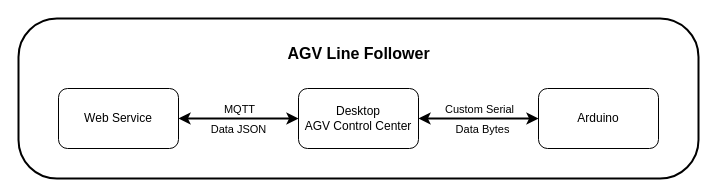
Before: page "Page-5" (5 of 6) of Program/Breakdown/AGV Com Scheduler Diagram.drawio in AlfonsusGiovanni/Automated-Guided-Vehicle, a draw.io diagram. Source tidied: cells renumbered, new cells numbered last; positions are measured from the earlier drawing's top-left corner, leaving out a move shared by most shapes. Both pictures are drawn from the tidied source at 100%, with x=0, y=0 at pixel (18, 18).
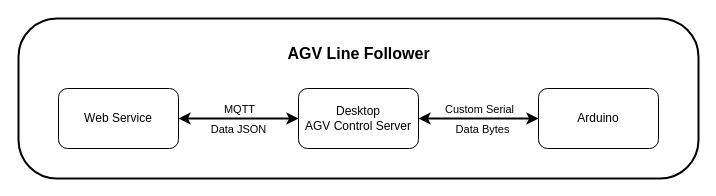
The same page after the edit.

Change to the diagram source:
```diff
@@
 <mxGraphModel>
   <root>
     <mxCell id="0" />
     <mxCell id="1" parent="0" />
     <mxCell id="2" style="rounded=1;whiteSpace=wrap;html=1;arcSize=24;fillColor=none;strokeWidth=2;" parent="1" vertex="1">
       <mxGeometry width="680" height="160" as="geometry" />
     </mxCell>
     <mxCell id="3" value="AGV Line Follower" style="text;html=1;align=center;verticalAlign=middle;strokeColor=none;fillColor=none;strokeWidth=1;fontSize=16;fontStyle=1;" parent="1" vertex="1">
       <mxGeometry x="260" y="20" width="160" height="30" as="geometry" />
     </mxCell>
     <mxCell id="4" value="Arduino" style="rounded=1;whiteSpace=wrap;html=1;fillColor=none;" parent="1" vertex="1">
       <mxGeometry x="520" y="70" width="120" height="60" as="geometry" />
     </mxCell>
     <mxCell id="5" style="edgeStyle=orthogonalEdgeStyle;rounded=0;jettySize=auto;html=1;exitX=1;exitY=0.5;exitDx=0;exitDy=0;entryX=0;entryY=0.5;entryDx=0;entryDy=0;startArrow=classic;startFill=1;strokeWidth=2;" parent="1" edge="1" source="11" target="4">
       <mxGeometry relative="1" as="geometry" />
     </mxCell>
     <mxCell id="6" value="Custom Serial" style="edgeLabel;html=1;align=center;verticalAlign=middle;" parent="5" vertex="1">
       <mxGeometry relative="1" as="geometry">
         <mxPoint y="-10" as="offset" />
       </mxGeometry>
     </mxCell>
     <mxCell id="7" value="Data Bytes" style="edgeLabel;html=1;align=center;verticalAlign=middle;" parent="5" vertex="1">
       <mxGeometry x="0.15" relative="1" as="geometry">
         <mxPoint x="-6" y="10" as="offset" />
       </mxGeometry>
     </mxCell>
     <mxCell id="8" style="edgeStyle=orthogonalEdgeStyle;rounded=0;jettySize=auto;html=1;startArrow=classic;startFill=1;strokeWidth=2;" parent="1" edge="1" source="11" target="12">
       <mxGeometry relative="1" as="geometry" />
     </mxCell>
     <mxCell id="9" value="MQTT" style="edgeLabel;html=1;align=center;verticalAlign=middle;" parent="8" vertex="1">
       <mxGeometry relative="1" as="geometry">
         <mxPoint y="-10" as="offset" />
       </mxGeometry>
     </mxCell>
     <mxCell id="10" value="Data JSON" style="edgeLabel;html=1;align=center;verticalAlign=middle;" parent="8" vertex="1">
       <mxGeometry x="0.02" y="-2" relative="1" as="geometry">
         <mxPoint y="12" as="offset" />
       </mxGeometry>
     </mxCell>
-    <mxCell id="11" value="Desktop&lt;br&gt;AGV Control Center" style="rounded=1;whiteSpace=wrap;html=1;fillColor=none;" parent="1" vertex="1">
+    <mxCell id="11" value="Desktop&lt;br&gt;AGV Control Server" style="rounded=1;whiteSpace=wrap;html=1;fillColor=none;" parent="1" vertex="1">
       <mxGeometry x="280" y="70" width="120" height="60" as="geometry" />
     </mxCell>
     <mxCell id="12" value="Web Service" style="rounded=1;whiteSpace=wrap;html=1;fillColor=none;" parent="1" vertex="1">
       <mxGeometry x="40" y="70" width="120" height="60" as="geometry" />
     </mxCell>
   </root>
 </mxGraphModel>
```
